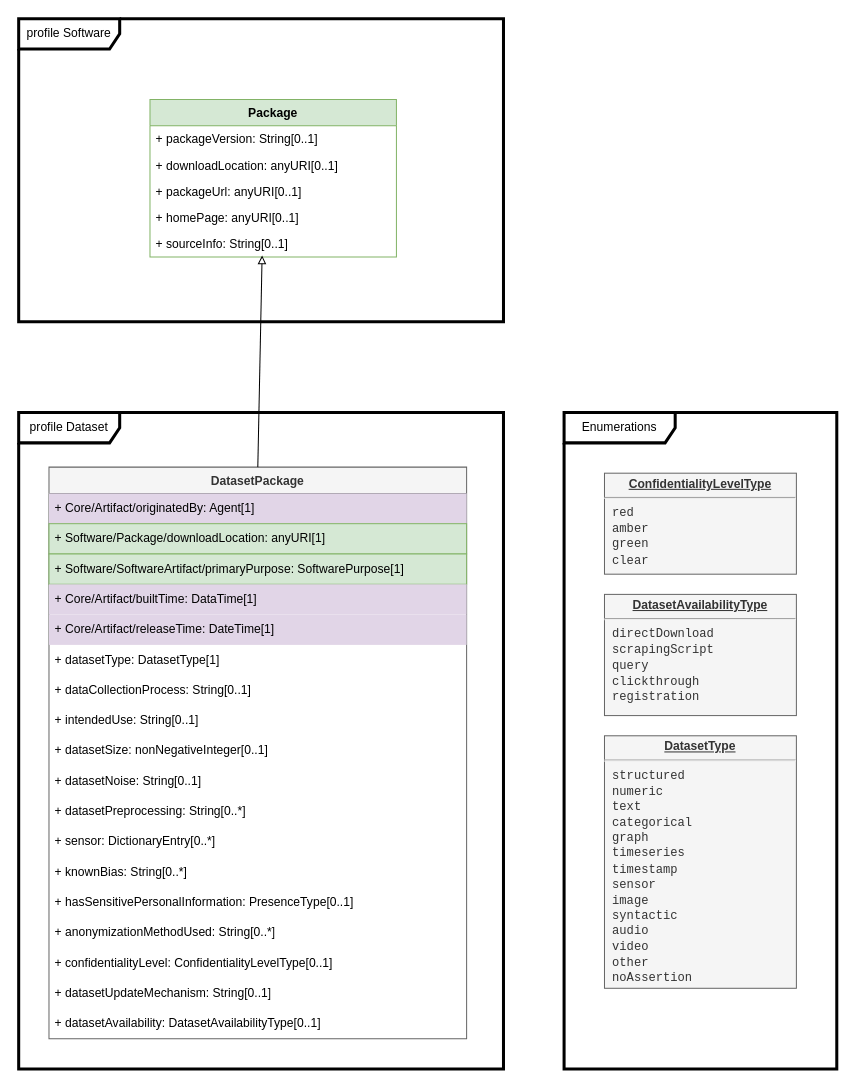
Above: page "Dataset" (9 of 11) of model.drawio in spdx/spdx-3-model (draw.io), before the change. Source tidied: cells renumbered, new cells numbered last; positions are measured from the earlier drawing's top-left corner, leaving out a move shared by most shapes. Both pictures are drawn from the tidied source at 101%, with x=0, y=0 at pixel (18, 18).
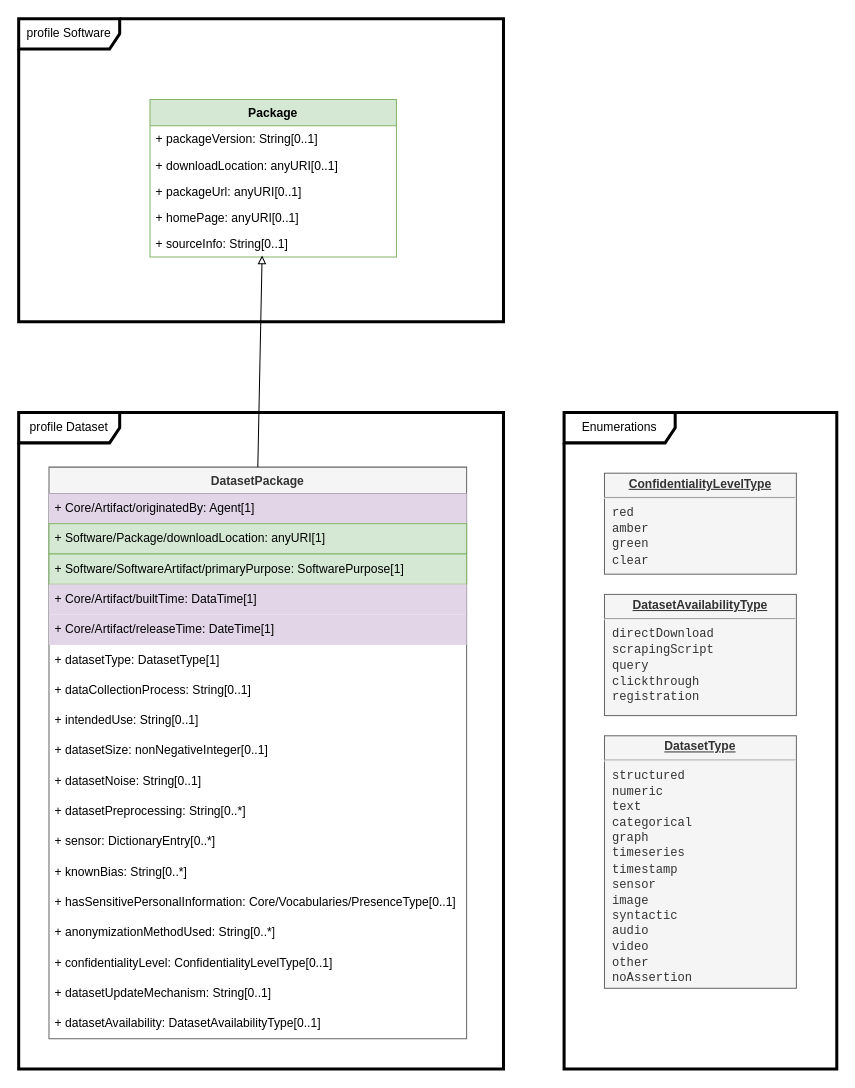
The same page after the edit.

Unchanged cells that the change refers to:
```xml
<mxCell id="10" value="DatasetPackage" style="swimlane;fontStyle=1;horizontal=1;startSize=26;fillColor=#f5f5f5;strokeColor=#666666;fontColor=#333333;" parent="1" vertex="1">
  <mxGeometry x="30" y="444" width="413.5" height="566" as="geometry" />
</mxCell>
```

Change to the diagram source:
```diff
@@
-    <mxCell id="24" value="+ hasSensitivePersonalInformation: PresenceType[0..1]" style="text;strokeColor=none;fillColor=none;align=left;verticalAlign=middle;spacingLeft=4;spacingRight=4;overflow=hidden;whiteSpace=wrap;html=1;" parent="10" vertex="1">
+    <mxCell id="24" value="+ hasSensitivePersonalInformation: Core/Vocabularies/PresenceType[0..1]" style="text;strokeColor=none;fillColor=none;align=left;verticalAlign=middle;spacingLeft=4;spacingRight=4;overflow=hidden;whiteSpace=wrap;html=1;" parent="10" vertex="1">
       <mxGeometry y="416" width="413.5" height="30" as="geometry" />
     </mxCell>
```
